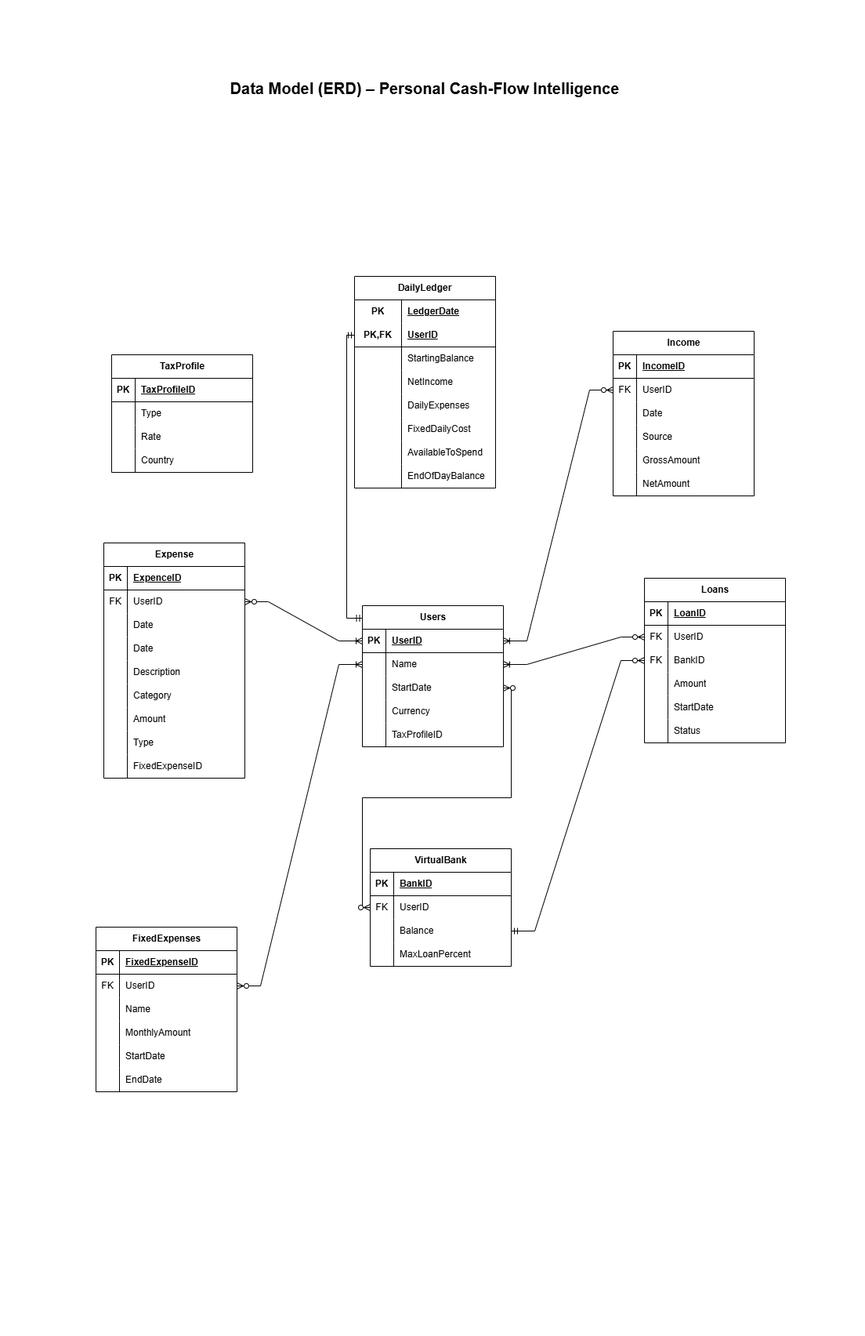
Earlier version of the draw.io export docs/ERD.png (Ali-Karbasi/personal-cashflow-intelligence). Source tidied: cells renumbered, new cells last; positions are measured from the earlier drawing's top-left corner, leaving out a move shared by most shapes.
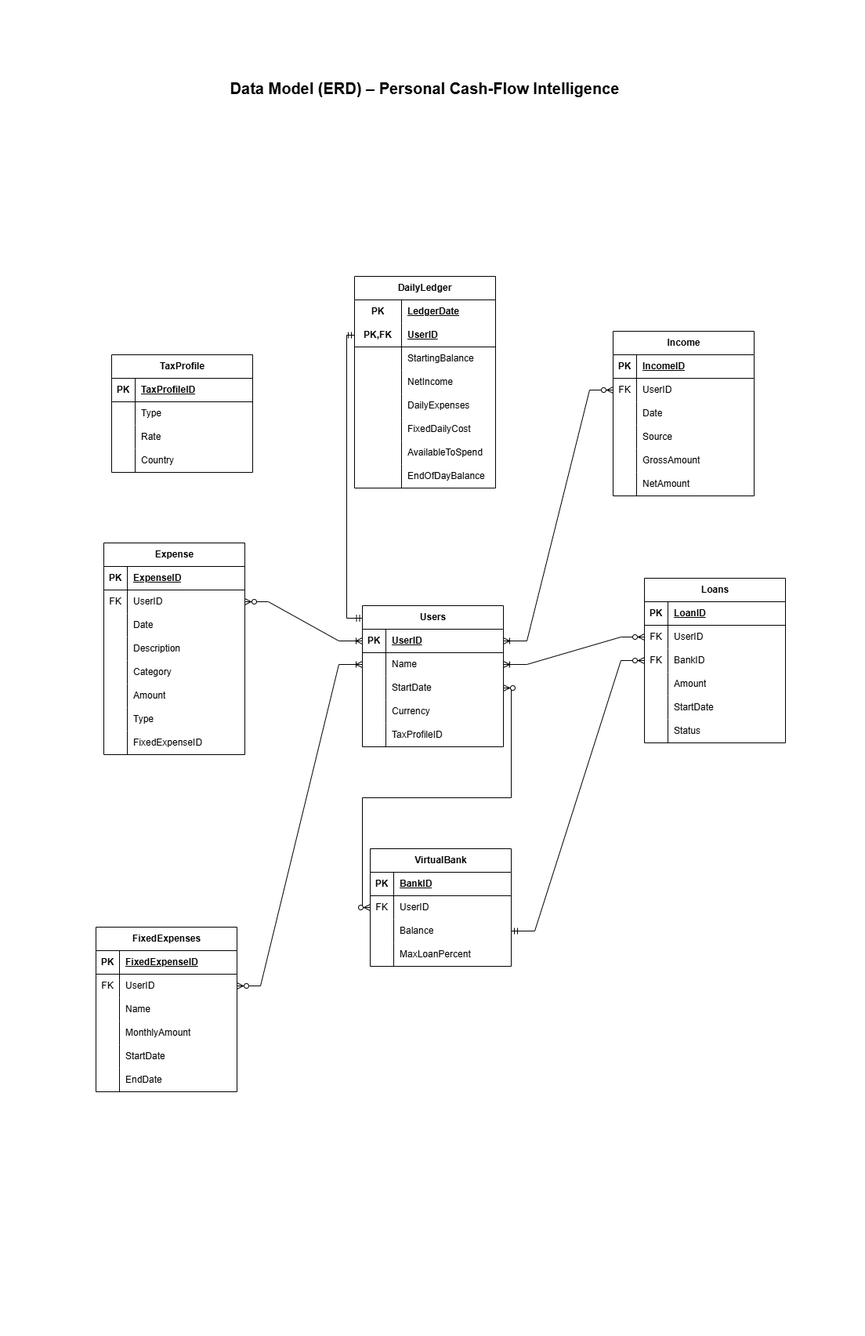
The same diagram one commit later.

The edit, as a diff of the source:
```diff
@@ -60,7 +60,7 @@
       <mxGeometry x="30" width="150" height="30" as="geometry" />
     </mxCell>
     <mxCell id="21" value="Expense" style="shape=table;startSize=30;rowLines=0;fontStyle=1;align=center;html=1;" parent="1" vertex="1">
-      <mxGeometry x="10" y="605" width="180" height="300" as="geometry" />
+      <mxGeometry x="10" y="605" width="180" height="270" as="geometry" />
     </mxCell>
     <mxCell id="22" style="shape=tableRow;horizontal=0;startSize=0;swimlaneHead=0;swimlaneBody=0;fillColor=none;top=0;left=0;right=0;bottom=1;" parent="21" vertex="1">
       <mxGeometry y="30" width="180" height="30" as="geometry" />
@@ -68,7 +68,7 @@
     <mxCell id="23" value="PK" style="shape=partialRectangle;fillColor=none;top=0;left=0;bottom=0;right=0;fontStyle=1;overflow=hidden;whiteSpace=wrap;html=1;" parent="22" vertex="1">
       <mxGeometry width="30" height="30" as="geometry" />
     </mxCell>
-    <mxCell id="24" value="ExpenceID" style="shape=partialRectangle;fillColor=none;top=0;left=0;bottom=0;right=0;align=left;spacingLeft=6;fontStyle=5;overflow=hidden;whiteSpace=wrap;html=1;" parent="22" vertex="1">
+    <mxCell id="24" value="ExpenseID" style="shape=partialRectangle;fillColor=none;top=0;left=0;bottom=0;right=0;align=left;spacingLeft=6;fontStyle=5;overflow=hidden;whiteSpace=wrap;html=1;" parent="22" vertex="1">
       <mxGeometry x="30" width="150" height="30" as="geometry" />
     </mxCell>
     <mxCell id="25" style="shape=tableRow;horizontal=0;startSize=0;swimlaneHead=0;swimlaneBody=0;fillColor=none;points=[[0,0.5],[1,0.5]];portConstraint=eastwest;top=0;left=0;right=0;bottom=0;" parent="21" vertex="1">
@@ -80,17 +80,8 @@
     <mxCell id="27" value="UserID" style="shape=partialRectangle;fillColor=none;top=0;left=0;bottom=0;right=0;align=left;spacingLeft=6;overflow=hidden;whiteSpace=wrap;html=1;" parent="25" vertex="1">
       <mxGeometry x="30" width="150" height="30" as="geometry" />
     </mxCell>
-    <mxCell id="28" style="shape=tableRow;horizontal=0;startSize=0;swimlaneHead=0;swimlaneBody=0;fillColor=none;top=0;left=0;right=0;bottom=0;" parent="21" vertex="1">
-      <mxGeometry y="90" width="180" height="30" as="geometry" />
-    </mxCell>
-    <mxCell id="29" style="shape=partialRectangle;fillColor=none;top=0;left=0;bottom=0;right=0;overflow=hidden;whiteSpace=wrap;html=1;" parent="28" vertex="1">
-      <mxGeometry width="30" height="30" as="geometry" />
-    </mxCell>
-    <mxCell id="30" value="Date" style="shape=partialRectangle;fillColor=none;top=0;left=0;bottom=0;right=0;align=left;spacingLeft=6;overflow=hidden;whiteSpace=wrap;html=1;" parent="28" vertex="1">
-      <mxGeometry x="30" width="150" height="30" as="geometry" />
-    </mxCell>
     <mxCell id="31" style="shape=tableRow;horizontal=0;startSize=0;swimlaneHead=0;swimlaneBody=0;fillColor=none;top=0;left=0;right=0;bottom=0;" parent="21" vertex="1">
-      <mxGeometry y="120" width="180" height="30" as="geometry" />
+      <mxGeometry y="90" width="180" height="30" as="geometry" />
     </mxCell>
     <mxCell id="32" style="shape=partialRectangle;fillColor=none;top=0;left=0;bottom=0;right=0;overflow=hidden;whiteSpace=wrap;html=1;" parent="31" vertex="1">
       <mxGeometry width="30" height="30" as="geometry" />
@@ -99,7 +90,7 @@
       <mxGeometry x="30" width="150" height="30" as="geometry" />
     </mxCell>
     <mxCell id="34" style="shape=tableRow;horizontal=0;startSize=0;swimlaneHead=0;swimlaneBody=0;fillColor=none;top=0;left=0;right=0;bottom=0;" parent="21" vertex="1">
-      <mxGeometry y="150" width="180" height="30" as="geometry" />
+      <mxGeometry y="120" width="180" height="30" as="geometry" />
     </mxCell>
     <mxCell id="35" style="shape=partialRectangle;fillColor=none;top=0;left=0;bottom=0;right=0;overflow=hidden;whiteSpace=wrap;html=1;" parent="34" vertex="1">
       <mxGeometry width="30" height="30" as="geometry" />
@@ -108,7 +99,7 @@
       <mxGeometry x="30" width="150" height="30" as="geometry" />
     </mxCell>
     <mxCell id="37" style="shape=tableRow;horizontal=0;startSize=0;swimlaneHead=0;swimlaneBody=0;fillColor=none;top=0;left=0;right=0;bottom=0;" parent="21" vertex="1">
-      <mxGeometry y="180" width="180" height="30" as="geometry" />
+      <mxGeometry y="150" width="180" height="30" as="geometry" />
     </mxCell>
     <mxCell id="38" style="shape=partialRectangle;fillColor=none;top=0;left=0;bottom=0;right=0;overflow=hidden;whiteSpace=wrap;html=1;" parent="37" vertex="1">
       <mxGeometry width="30" height="30" as="geometry" />
@@ -117,7 +108,7 @@
       <mxGeometry x="30" width="150" height="30" as="geometry" />
     </mxCell>
     <mxCell id="40" style="shape=tableRow;horizontal=0;startSize=0;swimlaneHead=0;swimlaneBody=0;fillColor=none;top=0;left=0;right=0;bottom=0;" parent="21" vertex="1">
-      <mxGeometry y="210" width="180" height="30" as="geometry" />
+      <mxGeometry y="180" width="180" height="30" as="geometry" />
     </mxCell>
     <mxCell id="41" style="shape=partialRectangle;fillColor=none;top=0;left=0;bottom=0;right=0;overflow=hidden;whiteSpace=wrap;html=1;" parent="40" vertex="1">
       <mxGeometry width="30" height="30" as="geometry" />
@@ -126,7 +117,7 @@
       <mxGeometry x="30" width="150" height="30" as="geometry" />
     </mxCell>
     <mxCell id="43" style="shape=tableRow;horizontal=0;startSize=0;swimlaneHead=0;swimlaneBody=0;fillColor=none;top=0;left=0;right=0;bottom=0;" parent="21" vertex="1">
-      <mxGeometry y="240" width="180" height="30" as="geometry" />
+      <mxGeometry y="210" width="180" height="30" as="geometry" />
     </mxCell>
     <mxCell id="44" style="shape=partialRectangle;fillColor=none;top=0;left=0;bottom=0;right=0;overflow=hidden;whiteSpace=wrap;html=1;" parent="43" vertex="1">
       <mxGeometry width="30" height="30" as="geometry" />
@@ -135,7 +126,7 @@
       <mxGeometry x="30" width="150" height="30" as="geometry" />
     </mxCell>
     <mxCell id="46" style="shape=tableRow;horizontal=0;startSize=0;swimlaneHead=0;swimlaneBody=0;fillColor=none;top=0;left=0;right=0;bottom=0;" parent="21" vertex="1">
-      <mxGeometry y="270" width="180" height="30" as="geometry" />
+      <mxGeometry y="240" width="180" height="30" as="geometry" />
     </mxCell>
     <mxCell id="47" style="shape=partialRectangle;fillColor=none;top=0;left=0;bottom=0;right=0;overflow=hidden;whiteSpace=wrap;html=1;" parent="46" vertex="1">
       <mxGeometry width="30" height="30" as="geometry" />
```
